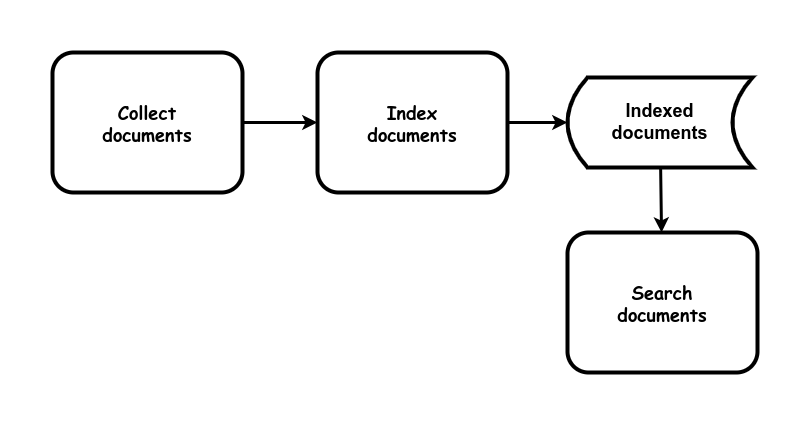
Above: images/index.drawio.png in garfix/architectural-patterns (draw.io), before the change. Source tidied: cells renumbered, new cells last; positions are measured from the earlier drawing's top-left corner, leaving out a move shared by most shapes.
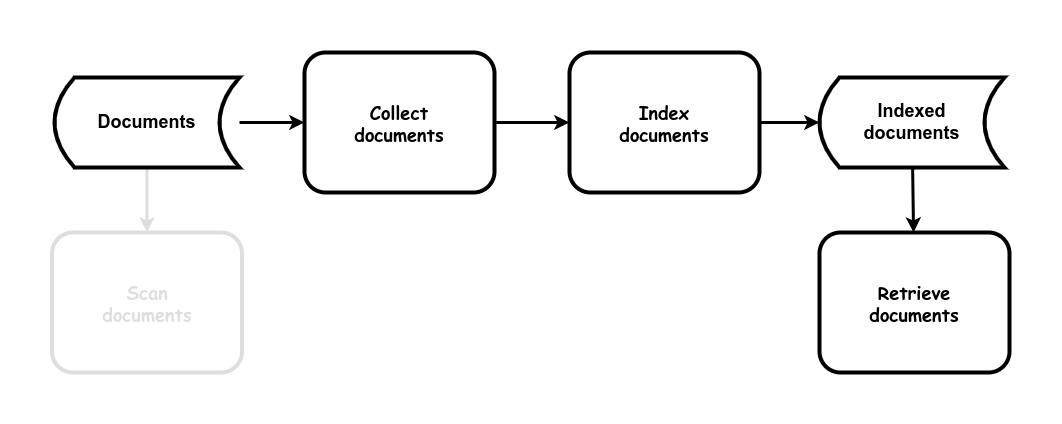
After the commit.

Commit message:
index component

What changed in the source:
```diff
@@ -17,11 +17,23 @@
     <mxCell id="6" style="endArrow=none;startArrow=classic;html=1;rounded=0;strokeWidth=3;endFill=0;" parent="1" edge="1" source="5" target="2">
       <mxGeometry relative="1" as="geometry" />
     </mxCell>
-    <mxCell id="7" value="&lt;b style=&quot;font-size: 18px;&quot;&gt;Search&lt;br&gt;documents&lt;br&gt;&lt;/b&gt;" style="rounded=1;whiteSpace=wrap;html=1;strokeWidth=4;fontFamily=Comic Sans MS;fontSize=18;" parent="1" vertex="1">
+    <mxCell id="7" value="&lt;b style=&quot;font-size: 18px;&quot;&gt;Retrieve&lt;br&gt;documents&lt;br&gt;&lt;/b&gt;" style="rounded=1;whiteSpace=wrap;html=1;strokeWidth=4;fontFamily=Comic Sans MS;fontSize=18;" parent="1" vertex="1">
       <mxGeometry x="515" y="180" width="190" height="140" as="geometry" />
     </mxCell>
     <mxCell id="8" style="endArrow=none;startArrow=classic;html=1;rounded=0;strokeWidth=3;endFill=0;" parent="1" edge="1" source="7" target="4">
       <mxGeometry relative="1" as="geometry" />
     </mxCell>
+    <mxCell id="9" style="endArrow=none;startArrow=classic;html=1;rounded=0;strokeWidth=3;endFill=0;" parent="1" edge="1" source="2" target="12">
+      <mxGeometry relative="1" as="geometry" />
+    </mxCell>
+    <mxCell id="10" value="&lt;b style=&quot;font-size: 18px;&quot;&gt;&lt;font color=&quot;#dedede&quot;&gt;Scan&lt;br&gt;documents&lt;/font&gt;&lt;br&gt;&lt;/b&gt;" style="rounded=1;whiteSpace=wrap;html=1;strokeWidth=4;fontFamily=Comic Sans MS;fontSize=18;strokeColor=#dedede;" parent="1" vertex="1">
+      <mxGeometry x="-252.5" y="180" width="190" height="140" as="geometry" />
+    </mxCell>
+    <mxCell id="11" style="endArrow=none;startArrow=classic;html=1;rounded=0;strokeWidth=3;endFill=0;strokeColor=#dedede;" parent="1" edge="1" source="10" target="12">
+      <mxGeometry relative="1" as="geometry" />
+    </mxCell>
+    <mxCell id="12" value="&lt;span style=&quot;font-size: 18px;&quot;&gt;&lt;b&gt;Documents&lt;br&gt;&lt;/b&gt;&lt;/span&gt;" style="shape=dataStorage;whiteSpace=wrap;html=1;fixedSize=1;strokeWidth=4;" parent="1" vertex="1">
+      <mxGeometry x="-250" y="25" width="185" height="90" as="geometry" />
+    </mxCell>
   </root>
 </mxGraphModel>
```
